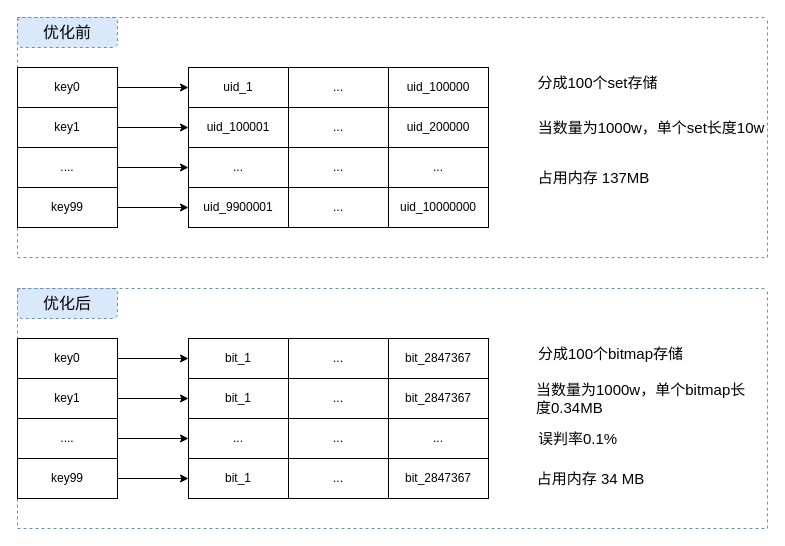
lewiskyo/test_git keeps this draw.io diagram as test8.drawio. Above is the earlier version. Source tidied: cells renumbered, new cells numbered last; positions are measured from the earlier drawing's top-left corner, leaving out a move shared by most shapes. Both pictures are drawn from the tidied source at 100%, with x=0, y=0 at pixel (17, 17).
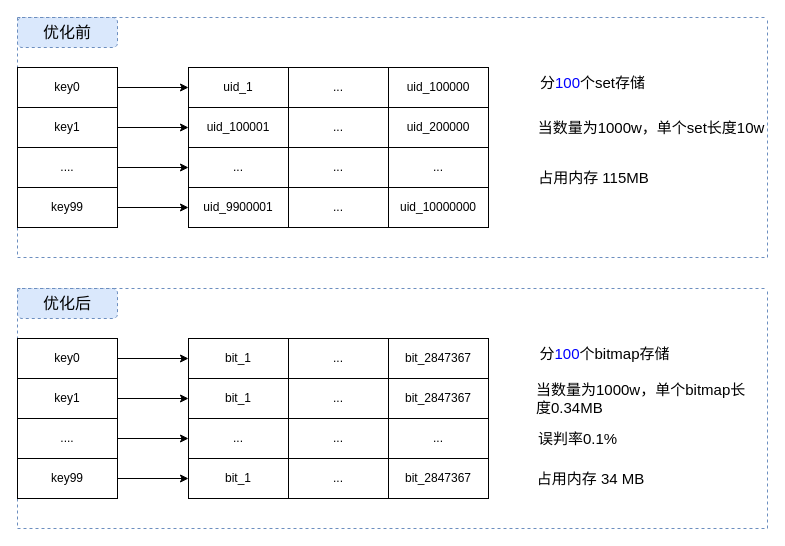
The same page after the edit.

Unchanged cells that the change refers to:
```xml
<mxCell id="2" style="swimlane;startSize=0;fontFamily=Verdana;fontSize=13;dashed=1;fillColor=#dae8fc;strokeColor=#6c8ebf;" parent="1" vertex="1">
  <mxGeometry width="750" height="240" as="geometry" />
</mxCell>
<mxCell id="27" style="swimlane;startSize=0;fontFamily=Verdana;fontSize=13;dashed=1;fillColor=#dae8fc;strokeColor=#6c8ebf;" parent="1" vertex="1">
  <mxGeometry y="271" width="750" height="240" as="geometry" />
</mxCell>
```

What changed in the source:
```diff
@@
-    <mxCell id="24" value="分成100个set存储" style="text;html=1;strokeColor=none;fillColor=none;align=center;verticalAlign=middle;whiteSpace=wrap;rounded=0;fontSize=15;" parent="2" vertex="1">
-      <mxGeometry x="511" y="50" width="139" height="30" as="geometry" />
+    <mxCell id="24" value="分&lt;font color=&quot;#0000ff&quot;&gt;100&lt;/font&gt;个set存储" style="text;html=1;strokeColor=none;fillColor=none;align=center;verticalAlign=middle;whiteSpace=wrap;rounded=0;fontSize=15;" parent="2" vertex="1">
+      <mxGeometry x="506" y="50" width="139" height="30" as="geometry" />
     </mxCell>
@@
-    <mxCell id="26" value="占用内存 137MB" style="text;html=1;strokeColor=none;fillColor=none;align=center;verticalAlign=middle;whiteSpace=wrap;rounded=0;fontSize=15;" parent="2" vertex="1">
+    <mxCell id="26" value="占用内存 115MB" style="text;html=1;strokeColor=none;fillColor=none;align=center;verticalAlign=middle;whiteSpace=wrap;rounded=0;fontSize=15;" parent="2" vertex="1">
       <mxGeometry x="507" y="140" width="139" height="40" as="geometry" />
     </mxCell>
@@
-    <mxCell id="49" value="分成100个bitmap存储" style="text;html=1;strokeColor=none;fillColor=none;align=center;verticalAlign=middle;whiteSpace=wrap;rounded=0;fontSize=15;" parent="27" vertex="1">
-      <mxGeometry x="514" y="50" width="159" height="30" as="geometry" />
+    <mxCell id="49" value="分&lt;font color=&quot;#0000ff&quot;&gt;100&lt;/font&gt;个bitmap存储" style="text;html=1;strokeColor=none;fillColor=none;align=center;verticalAlign=middle;whiteSpace=wrap;rounded=0;fontSize=15;" parent="27" vertex="1">
+      <mxGeometry x="508" y="50" width="159" height="30" as="geometry" />
     </mxCell>
```
